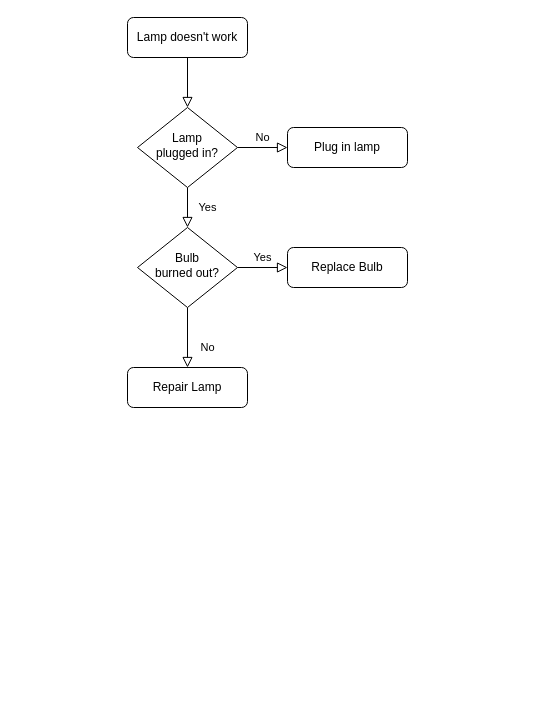
shursulei/document keeps this draw.io diagram as odpsjob设计.drawio. Above is the earlier version. Source tidied: cells renumbered, new cells numbered last; positions are measured from the earlier drawing's top-left corner, leaving out a move shared by most shapes. Both pictures are drawn from the tidied source at 100%, with x=0, y=0 at pixel (127, 17).
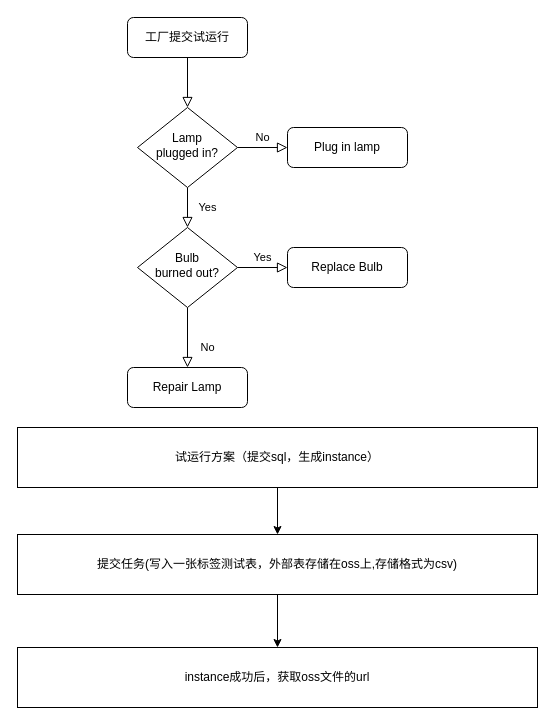
Above is the later version.

Diff of the diagram source:
```diff
@@
 <mxGraphModel>
   <root>
     <mxCell id="0" />
     <mxCell id="1" parent="0" />
     <mxCell id="2" style="rounded=0;html=1;jettySize=auto;fontSize=11;endArrow=block;endFill=0;endSize=8;strokeWidth=1;shadow=0;labelBackgroundColor=none;edgeStyle=orthogonalEdgeStyle;" parent="1" edge="1" source="3" target="6">
       <mxGeometry relative="1" as="geometry" />
     </mxCell>
-    <mxCell id="3" value="Lamp doesn't work" style="rounded=1;whiteSpace=wrap;html=1;fontSize=12;glass=0;strokeWidth=1;shadow=0;" parent="1" vertex="1">
+    <mxCell id="3" value="工厂提交试运行" style="rounded=1;whiteSpace=wrap;html=1;fontSize=12;glass=0;strokeWidth=1;shadow=0;" parent="1" vertex="1">
       <mxGeometry width="120" height="40" as="geometry" />
     </mxCell>
     <mxCell id="4" value="Yes" style="rounded=0;html=1;jettySize=auto;fontSize=11;endArrow=block;endFill=0;endSize=8;strokeWidth=1;shadow=0;labelBackgroundColor=none;edgeStyle=orthogonalEdgeStyle;" parent="1" edge="1" source="6" target="10">
       <mxGeometry y="20" relative="1" as="geometry" />
     </mxCell>
     <mxCell id="5" value="No" style="edgeStyle=orthogonalEdgeStyle;rounded=0;html=1;jettySize=auto;fontSize=11;endArrow=block;endFill=0;endSize=8;strokeWidth=1;shadow=0;labelBackgroundColor=none;" parent="1" edge="1" source="6" target="7">
       <mxGeometry y="10" relative="1" as="geometry" />
     </mxCell>
     <mxCell id="6" value="Lamp&lt;br&gt;plugged in?" style="rhombus;whiteSpace=wrap;html=1;shadow=0;fontFamily=Helvetica;fontSize=12;align=center;strokeWidth=1;spacing=6;spacingTop=-4;" parent="1" vertex="1">
       <mxGeometry x="10" y="90" width="100" height="80" as="geometry" />
     </mxCell>
     <mxCell id="7" value="Plug in lamp" style="rounded=1;whiteSpace=wrap;html=1;fontSize=12;glass=0;strokeWidth=1;shadow=0;" parent="1" vertex="1">
       <mxGeometry x="160" y="110" width="120" height="40" as="geometry" />
     </mxCell>
     <mxCell id="8" value="No" style="rounded=0;html=1;jettySize=auto;fontSize=11;endArrow=block;endFill=0;endSize=8;strokeWidth=1;shadow=0;labelBackgroundColor=none;edgeStyle=orthogonalEdgeStyle;" parent="1" edge="1" source="10" target="11">
       <mxGeometry x="0.33" y="20" relative="1" as="geometry" />
     </mxCell>
     <mxCell id="9" value="Yes" style="edgeStyle=orthogonalEdgeStyle;rounded=0;html=1;jettySize=auto;fontSize=11;endArrow=block;endFill=0;endSize=8;strokeWidth=1;shadow=0;labelBackgroundColor=none;" parent="1" edge="1" source="10" target="12">
       <mxGeometry y="10" relative="1" as="geometry" />
     </mxCell>
     <mxCell id="10" value="Bulb&lt;br&gt;burned out?" style="rhombus;whiteSpace=wrap;html=1;shadow=0;fontFamily=Helvetica;fontSize=12;align=center;strokeWidth=1;spacing=6;spacingTop=-4;" parent="1" vertex="1">
       <mxGeometry x="10" y="210" width="100" height="80" as="geometry" />
     </mxCell>
     <mxCell id="11" value="Repair Lamp" style="rounded=1;whiteSpace=wrap;html=1;fontSize=12;glass=0;strokeWidth=1;shadow=0;" parent="1" vertex="1">
       <mxGeometry y="350" width="120" height="40" as="geometry" />
     </mxCell>
     <mxCell id="12" value="Replace Bulb" style="rounded=1;whiteSpace=wrap;html=1;fontSize=12;glass=0;strokeWidth=1;shadow=0;" parent="1" vertex="1">
       <mxGeometry x="160" y="230" width="120" height="40" as="geometry" />
     </mxCell>
+    <mxCell id="13" style="edgeStyle=orthogonalEdgeStyle;rounded=0;jettySize=auto;html=1;" parent="1" edge="1" source="14" target="16">
+      <mxGeometry relative="1" as="geometry" />
+    </mxCell>
+    <mxCell id="14" value="试运行方案（提交sql，生成instance）" style="rounded=0;whiteSpace=wrap;html=1;" parent="1" vertex="1">
+      <mxGeometry x="-110" y="410" width="520" height="60" as="geometry" />
+    </mxCell>
+    <mxCell id="15" style="edgeStyle=orthogonalEdgeStyle;rounded=0;jettySize=auto;html=1;exitX=0.5;exitY=1;exitDx=0;exitDy=0;entryX=0.5;entryY=0;entryDx=0;entryDy=0;" parent="1" edge="1" source="16" target="17">
+      <mxGeometry relative="1" as="geometry" />
+    </mxCell>
+    <mxCell id="16" value="提交任务(写入一张标签测试表，外部表存储在oss上,存储格式为csv)" style="rounded=0;whiteSpace=wrap;html=1;" parent="1" vertex="1">
+      <mxGeometry x="-110" y="517" width="520" height="60" as="geometry" />
+    </mxCell>
+    <mxCell id="17" value="instance成功后，获取oss文件的url" style="rounded=0;whiteSpace=wrap;html=1;" parent="1" vertex="1">
+      <mxGeometry x="-110" y="630" width="520" height="60" as="geometry" />
+    </mxCell>
   </root>
 </mxGraphModel>
```
